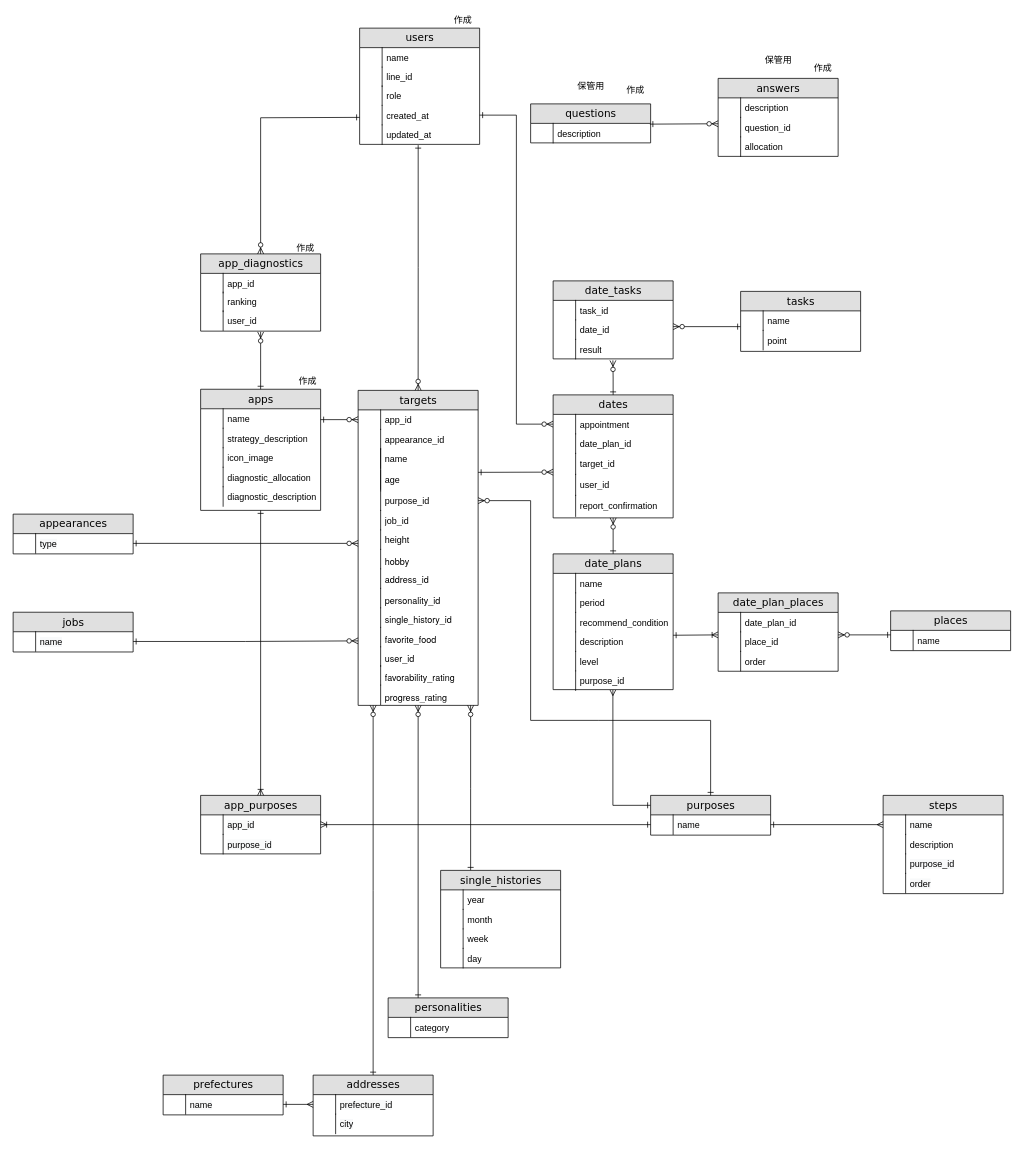
The draw.io diagram Untitled Diagram.drawio in kstar0102/ryuki0102, before the edit. Source tidied: cells renumbered, new cells numbered last; positions are measured from the earlier drawing's top-left corner, leaving out a move shared by most shapes. Both pictures are drawn from the tidied source at 75%, with x=0, y=0 at pixel (13, 13).
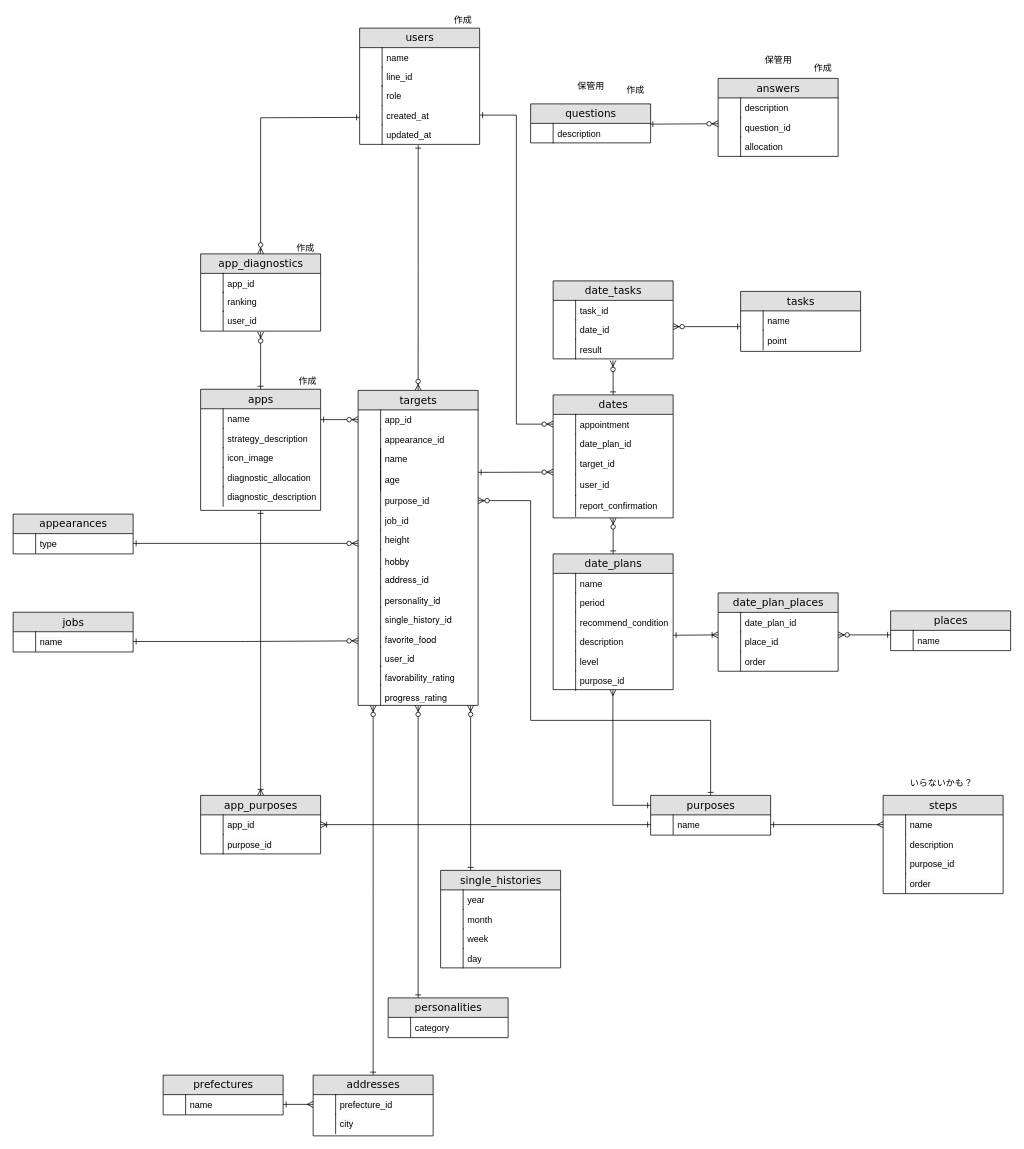
The same diagram, later.

Diff of the diagram source:
```diff
@@
+    <mxCell id="193" value="いらないかも？" style="text;html=1;strokeColor=none;fillColor=none;align=center;verticalAlign=middle;whiteSpace=wrap;rounded=0;" parent="1" vertex="1">
+      <mxGeometry x="1183" y="1017" width="110" height="20" as="geometry" />
+    </mxCell>
```
